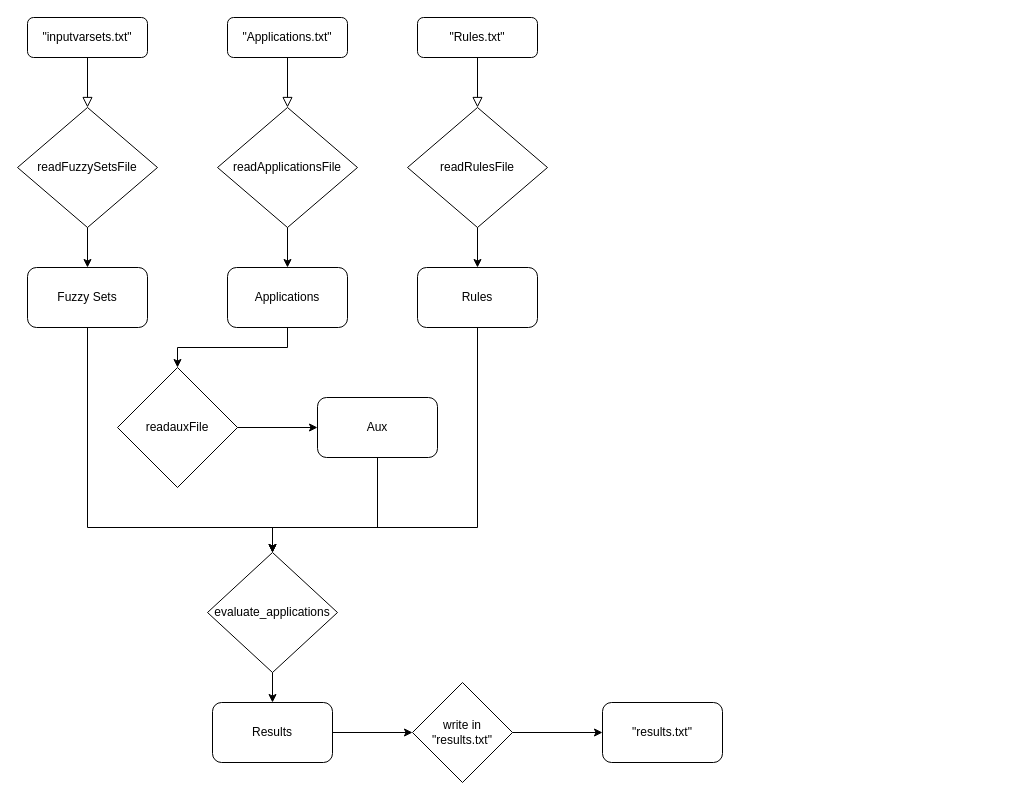
Above: sistema_E_S.drawio in 100495807/trabajo-IA-3.9 (draw.io), before the change. Source tidied: cells renumbered, new cells numbered last; positions are measured from the earlier drawing's top-left corner, leaving out a move shared by most shapes. Both pictures are drawn from the tidied source at 100%, with x=0, y=0 at pixel (17, 17).
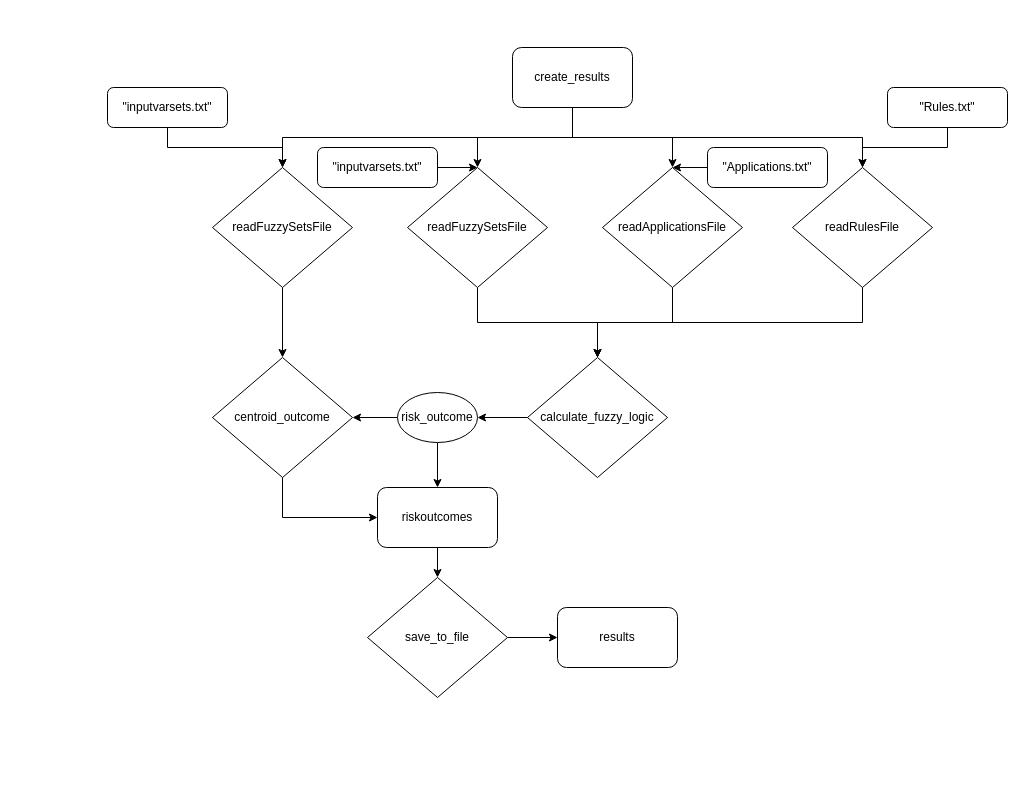
Above is the later version.

What changed in the source:
```diff
@@
-    <mxCell id="2" style="rounded=0;html=1;jettySize=auto;fontSize=11;endArrow=block;endFill=0;endSize=8;strokeWidth=1;shadow=0;labelBackgroundColor=none;edgeStyle=orthogonalEdgeStyle;entryX=0.5;entryY=0;entryDx=0;entryDy=0;" parent="1" edge="1" source="3" target="4">
-      <mxGeometry relative="1" as="geometry" />
-    </mxCell>
-    <mxCell id="3" value="&quot;inputvarsets.txt&lt;span style=&quot;background-color: initial;&quot;&gt;&quot;&lt;/span&gt;" style="rounded=1;whiteSpace=wrap;html=1;fontSize=12;glass=0;strokeWidth=1;shadow=0;" parent="1" vertex="1">
-      <mxGeometry x="10" width="120" height="40" as="geometry" />
-    </mxCell>
-    <mxCell id="4" value="readFuzzySetsFile" style="rhombus;whiteSpace=wrap;html=1;" parent="1" vertex="1">
-      <mxGeometry y="90" width="140" height="120" as="geometry" />
-    </mxCell>
-    <mxCell id="5" value="Fuzzy Sets" style="rounded=1;whiteSpace=wrap;html=1;" parent="1" vertex="1">
-      <mxGeometry x="10" y="250" width="120" height="60" as="geometry" />
-    </mxCell>
-    <mxCell id="6" style="endArrow=classic;html=1;rounded=0;exitX=0.5;exitY=1;exitDx=0;exitDy=0;entryX=0.5;entryY=0;entryDx=0;entryDy=0;" parent="1" edge="1" source="4" target="5">
-      <mxGeometry relative="1" as="geometry" />
-    </mxCell>
-    <mxCell id="7" style="rounded=0;html=1;jettySize=auto;fontSize=11;endArrow=block;endFill=0;endSize=8;strokeWidth=1;shadow=0;labelBackgroundColor=none;edgeStyle=orthogonalEdgeStyle;entryX=0.5;entryY=0;entryDx=0;entryDy=0;" parent="1" edge="1" source="8" target="9">
-      <mxGeometry relative="1" as="geometry" />
-    </mxCell>
+    <mxCell id="31" style="edgeStyle=orthogonalEdgeStyle;rounded=0;jettySize=auto;html=1;" parent="1" edge="1" source="32" target="9">
+      <mxGeometry relative="1" as="geometry" />
+    </mxCell>
+    <mxCell id="32" value="create_results" style="rounded=1;whiteSpace=wrap;html=1;" parent="1" vertex="1">
+      <mxGeometry x="495" y="30" width="120" height="60" as="geometry" />
+    </mxCell>
+    <mxCell id="33" style="edgeStyle=orthogonalEdgeStyle;rounded=0;jettySize=auto;html=1;" parent="1" edge="1" source="34" target="47">
+      <mxGeometry relative="1" as="geometry" />
+    </mxCell>
+    <mxCell id="34" value="readFuzzySetsFile" style="rhombus;whiteSpace=wrap;html=1;" parent="1" vertex="1">
+      <mxGeometry x="390" y="150" width="140" height="120" as="geometry" />
+    </mxCell>
+    <mxCell id="35" style="edgeStyle=orthogonalEdgeStyle;rounded=0;jettySize=auto;html=1;" parent="1" edge="1" source="9" target="47">
+      <mxGeometry relative="1" as="geometry" />
+    </mxCell>
+    <mxCell id="9" value="readApplicationsFile" style="rhombus;whiteSpace=wrap;html=1;" parent="1" vertex="1">
+      <mxGeometry x="585" y="150" width="140" height="120" as="geometry" />
+    </mxCell>
+    <mxCell id="36" style="edgeStyle=orthogonalEdgeStyle;rounded=0;jettySize=auto;html=1;entryX=0.5;entryY=0;entryDx=0;entryDy=0;exitX=0.5;exitY=1;exitDx=0;exitDy=0;" parent="1" edge="1" source="14" target="47">
+      <mxGeometry relative="1" as="geometry" />
+    </mxCell>
+    <mxCell id="14" value="readRulesFile" style="rhombus;whiteSpace=wrap;html=1;" parent="1" vertex="1">
+      <mxGeometry x="775" y="150" width="140" height="120" as="geometry" />
+    </mxCell>
+    <mxCell id="37" style="edgeStyle=orthogonalEdgeStyle;rounded=0;jettySize=auto;html=1;" parent="1" edge="1" source="38" target="51">
+      <mxGeometry relative="1" as="geometry" />
+    </mxCell>
+    <mxCell id="38" value="readFuzzySetsFile" style="rhombus;whiteSpace=wrap;html=1;" parent="1" vertex="1">
+      <mxGeometry x="195" y="150" width="140" height="120" as="geometry" />
+    </mxCell>
+    <mxCell id="39" value="&quot;inputvarsets.txt&lt;span style=&quot;background-color: initial;&quot;&gt;&quot;&lt;/span&gt;" style="rounded=1;whiteSpace=wrap;html=1;fontSize=12;glass=0;strokeWidth=1;shadow=0;" parent="1" vertex="1">
+      <mxGeometry x="300" y="130" width="120" height="40" as="geometry" />
+    </mxCell>
     <mxCell id="8" value="&quot;Applications.txt&lt;span style=&quot;background-color: initial;&quot;&gt;&quot;&lt;/span&gt;" style="rounded=1;whiteSpace=wrap;html=1;fontSize=12;glass=0;strokeWidth=1;shadow=0;" parent="1" vertex="1">
-      <mxGeometry x="210" width="120" height="40" as="geometry" />
+      <mxGeometry x="690" y="130" width="120" height="40" as="geometry" />
     </mxCell>
-    <mxCell id="9" value="readApplicationsFile" style="rhombus;whiteSpace=wrap;html=1;" parent="1" vertex="1">
-      <mxGeometry x="200" y="90" width="140" height="120" as="geometry" />
-    </mxCell>
-    <mxCell id="10" value="Applications" style="rounded=1;whiteSpace=wrap;html=1;" parent="1" vertex="1">
-      <mxGeometry x="210" y="250" width="120" height="60" as="geometry" />
-    </mxCell>
-    <mxCell id="11" style="endArrow=classic;html=1;rounded=0;exitX=0.5;exitY=1;exitDx=0;exitDy=0;entryX=0.5;entryY=0;entryDx=0;entryDy=0;" parent="1" edge="1" source="9" target="10">
-      <mxGeometry relative="1" as="geometry" />
-    </mxCell>
-    <mxCell id="12" style="rounded=0;html=1;jettySize=auto;fontSize=11;endArrow=block;endFill=0;endSize=8;strokeWidth=1;shadow=0;labelBackgroundColor=none;edgeStyle=orthogonalEdgeStyle;entryX=0.5;entryY=0;entryDx=0;entryDy=0;" parent="1" edge="1" source="13" target="14">
+    <mxCell id="12" style="edgeStyle=orthogonalEdgeStyle;rounded=0;jettySize=auto;html=1;" parent="1" edge="1" source="13" target="14">
       <mxGeometry relative="1" as="geometry" />
     </mxCell>
     <mxCell id="13" value="&quot;Rules.txt&lt;span style=&quot;background-color: initial;&quot;&gt;&quot;&lt;/span&gt;" style="rounded=1;whiteSpace=wrap;html=1;fontSize=12;glass=0;strokeWidth=1;shadow=0;" parent="1" vertex="1">
-      <mxGeometry x="400" width="120" height="40" as="geometry" />
+      <mxGeometry x="870" y="70" width="120" height="40" as="geometry" />
     </mxCell>
-    <mxCell id="14" value="readRulesFile" style="rhombus;whiteSpace=wrap;html=1;" parent="1" vertex="1">
-      <mxGeometry x="390" y="90" width="140" height="120" as="geometry" />
-    </mxCell>
-    <mxCell id="15" value="Rules" style="rounded=1;whiteSpace=wrap;html=1;" parent="1" vertex="1">
-      <mxGeometry x="400" y="250" width="120" height="60" as="geometry" />
-    </mxCell>
-    <mxCell id="16" style="endArrow=classic;html=1;rounded=0;exitX=0.5;exitY=1;exitDx=0;exitDy=0;entryX=0.5;entryY=0;entryDx=0;entryDy=0;" parent="1" edge="1" source="14" target="15">
-      <mxGeometry relative="1" as="geometry" />
-    </mxCell>
-    <mxCell id="17" value="readauxFile" style="rhombus;whiteSpace=wrap;html=1;" parent="1" vertex="1">
-      <mxGeometry x="100" y="350" width="120" height="120" as="geometry" />
-    </mxCell>
-    <mxCell id="18" value="&lt;div&gt;&lt;span style=&quot;background-color: initial;&quot;&gt;Aux&lt;/span&gt;&lt;br&gt;&lt;/div&gt;" style="rounded=1;whiteSpace=wrap;html=1;" parent="1" vertex="1">
-      <mxGeometry x="300" y="380" width="120" height="60" as="geometry" />
-    </mxCell>
-    <mxCell id="19" style="endArrow=classic;html=1;rounded=0;exitX=1;exitY=0.5;exitDx=0;exitDy=0;entryX=0;entryY=0.5;entryDx=0;entryDy=0;" parent="1" edge="1" source="17" target="18">
-      <mxGeometry relative="1" as="geometry" />
-    </mxCell>
-    <mxCell id="20" style="endArrow=classic;html=1;rounded=0;exitX=0.5;exitY=1;exitDx=0;exitDy=0;entryX=0.5;entryY=0;entryDx=0;entryDy=0;" parent="1" edge="1" source="10" target="17">
-      <mxGeometry relative="1" as="geometry">
-        <Array as="points">
-          <mxPoint x="270" y="330" />
-          <mxPoint x="160" y="330" />
-        </Array>
-      </mxGeometry>
-    </mxCell>
-    <mxCell id="21" value="evaluate_applications" style="rhombus;whiteSpace=wrap;html=1;" parent="1" vertex="1">
-      <mxGeometry x="190" y="535" width="130" height="120" as="geometry" />
-    </mxCell>
-    <mxCell id="22" style="endArrow=classic;html=1;rounded=0;exitX=0.5;exitY=1;exitDx=0;exitDy=0;entryX=0.5;entryY=0;entryDx=0;entryDy=0;" parent="1" edge="1" source="18" target="21">
-      <mxGeometry relative="1" as="geometry">
-        <Array as="points">
-          <mxPoint x="360" y="510" />
-          <mxPoint x="255" y="510" />
-        </Array>
-      </mxGeometry>
-    </mxCell>
-    <mxCell id="23" style="endArrow=classic;html=1;rounded=0;exitX=0.5;exitY=1;exitDx=0;exitDy=0;entryX=0.5;entryY=0;entryDx=0;entryDy=0;" parent="1" edge="1" source="15" target="21">
-      <mxGeometry relative="1" as="geometry">
-        <Array as="points">
-          <mxPoint x="460" y="510" />
-          <mxPoint x="255" y="510" />
-        </Array>
-      </mxGeometry>
-    </mxCell>
-    <mxCell id="24" style="endArrow=classic;html=1;rounded=0;exitX=0.5;exitY=1;exitDx=0;exitDy=0;entryX=0.5;entryY=0;entryDx=0;entryDy=0;" parent="1" edge="1" source="5" target="21">
-      <mxGeometry relative="1" as="geometry">
-        <Array as="points">
-          <mxPoint x="70" y="510" />
-          <mxPoint x="255" y="510" />
-        </Array>
-      </mxGeometry>
-    </mxCell>
-    <mxCell id="25" value="Results" style="rounded=1;whiteSpace=wrap;html=1;" parent="1" vertex="1">
-      <mxGeometry x="195" y="685" width="120" height="60" as="geometry" />
-    </mxCell>
-    <mxCell id="26" style="endArrow=classic;html=1;rounded=0;exitX=0.5;exitY=1;exitDx=0;exitDy=0;entryX=0.5;entryY=0;entryDx=0;entryDy=0;" parent="1" edge="1" source="21" target="25">
-      <mxGeometry relative="1" as="geometry" />
-    </mxCell>
-    <mxCell id="27" value="write in &quot;results.txt&quot;" style="rhombus;whiteSpace=wrap;html=1;" parent="1" vertex="1">
-      <mxGeometry x="395" y="665" width="100" height="100" as="geometry" />
-    </mxCell>
-    <mxCell id="28" value="&quot;results.txt&quot;" style="rounded=1;whiteSpace=wrap;html=1;" parent="1" vertex="1">
-      <mxGeometry x="585" y="685" width="120" height="60" as="geometry" />
-    </mxCell>
-    <mxCell id="29" style="endArrow=classic;html=1;rounded=0;exitX=1;exitY=0.5;exitDx=0;exitDy=0;entryX=0;entryY=0.5;entryDx=0;entryDy=0;" parent="1" edge="1" source="25" target="27">
-      <mxGeometry relative="1" as="geometry" />
-    </mxCell>
-    <mxCell id="30" style="endArrow=classic;html=1;rounded=0;exitX=1;exitY=0.5;exitDx=0;exitDy=0;entryX=0;entryY=0.5;entryDx=0;entryDy=0;" parent="1" edge="1" source="27" target="28">
-      <mxGeometry relative="1" as="geometry" />
-    </mxCell>
+    <mxCell id="40" style="edgeStyle=orthogonalEdgeStyle;rounded=0;jettySize=auto;html=1;" parent="1" edge="1" source="41" target="38">
+      <mxGeometry relative="1" as="geometry" />
+    </mxCell>
+    <mxCell id="41" value="&quot;inputvarsets.txt&lt;span style=&quot;background-color: initial;&quot;&gt;&quot;&lt;/span&gt;" style="rounded=1;whiteSpace=wrap;html=1;fontSize=12;glass=0;strokeWidth=1;shadow=0;" parent="1" vertex="1">
+      <mxGeometry x="90" y="70" width="120" height="40" as="geometry" />
+    </mxCell>
+    <mxCell id="42" style="endArrow=classic;html=1;rounded=0;exitX=0.5;exitY=1;exitDx=0;exitDy=0;entryX=0.5;entryY=0;entryDx=0;entryDy=0;" parent="1" edge="1" source="32" target="34">
+      <mxGeometry relative="1" as="geometry">
+        <Array as="points">
+          <mxPoint x="555" y="120" />
+          <mxPoint x="460" y="120" />
+        </Array>
+      </mxGeometry>
+    </mxCell>
+    <mxCell id="43" style="endArrow=classic;html=1;rounded=0;exitX=0.5;exitY=1;exitDx=0;exitDy=0;entryX=0.5;entryY=0;entryDx=0;entryDy=0;" parent="1" edge="1" source="32" target="38">
+      <mxGeometry relative="1" as="geometry">
+        <Array as="points">
+          <mxPoint x="555" y="120" />
+          <mxPoint x="265" y="120" />
+        </Array>
+      </mxGeometry>
+    </mxCell>
+    <mxCell id="44" style="endArrow=classic;html=1;rounded=0;exitX=0.5;exitY=1;exitDx=0;exitDy=0;entryX=0.5;entryY=0;entryDx=0;entryDy=0;" parent="1" edge="1" source="32" target="14">
+      <mxGeometry relative="1" as="geometry">
+        <Array as="points">
+          <mxPoint x="555" y="120" />
+          <mxPoint x="845" y="120" />
+        </Array>
+      </mxGeometry>
+    </mxCell>
+    <mxCell id="45" style="endArrow=classic;html=1;rounded=0;exitX=1;exitY=0.5;exitDx=0;exitDy=0;entryX=0.5;entryY=0;entryDx=0;entryDy=0;" parent="1" edge="1" source="39" target="34">
+      <mxGeometry relative="1" as="geometry" />
+    </mxCell>
+    <mxCell id="7" style="endArrow=classic;html=1;rounded=0;exitX=0;exitY=0.5;exitDx=0;exitDy=0;entryX=0.5;entryY=0;entryDx=0;entryDy=0;" parent="1" edge="1" source="8" target="9">
+      <mxGeometry relative="1" as="geometry" />
+    </mxCell>
+    <mxCell id="46" style="edgeStyle=orthogonalEdgeStyle;rounded=0;jettySize=auto;html=1;" parent="1" edge="1" source="47" target="50">
+      <mxGeometry relative="1" as="geometry" />
+    </mxCell>
+    <mxCell id="47" value="calculate_fuzzy_&lt;span style=&quot;background-color: initial;&quot;&gt;logic&lt;/span&gt;" style="rhombus;whiteSpace=wrap;html=1;" parent="1" vertex="1">
+      <mxGeometry x="510" y="340" width="140" height="120" as="geometry" />
+    </mxCell>
+    <mxCell id="48" style="edgeStyle=orthogonalEdgeStyle;rounded=0;jettySize=auto;html=1;" parent="1" edge="1" source="50" target="51">
+      <mxGeometry relative="1" as="geometry" />
+    </mxCell>
+    <mxCell id="49" style="edgeStyle=orthogonalEdgeStyle;rounded=0;jettySize=auto;html=1;" parent="1" edge="1" source="50" target="52">
+      <mxGeometry relative="1" as="geometry" />
+    </mxCell>
+    <mxCell id="50" value="risk_outcome" style="ellipse;whiteSpace=wrap;html=1;" parent="1" vertex="1">
+      <mxGeometry x="380" y="375" width="80" height="50" as="geometry" />
+    </mxCell>
+    <mxCell id="51" value="centroid_outcome" style="rhombus;whiteSpace=wrap;html=1;" parent="1" vertex="1">
+      <mxGeometry x="195" y="340" width="140" height="120" as="geometry" />
+    </mxCell>
+    <mxCell id="52" value="riskoutcomes" style="rounded=1;whiteSpace=wrap;html=1;" parent="1" vertex="1">
+      <mxGeometry x="360" y="470" width="120" height="60" as="geometry" />
+    </mxCell>
+    <mxCell id="53" style="endArrow=classic;html=1;rounded=0;exitX=0.5;exitY=1;exitDx=0;exitDy=0;entryX=0;entryY=0.5;entryDx=0;entryDy=0;" parent="1" edge="1" source="51" target="52">
+      <mxGeometry relative="1" as="geometry">
+        <Array as="points">
+          <mxPoint x="265" y="500" />
+        </Array>
+      </mxGeometry>
+    </mxCell>
+    <mxCell id="54" style="endArrow=classic;html=1;rounded=0;exitX=0.5;exitY=1;exitDx=0;exitDy=0;entryX=0.5;entryY=0;entryDx=0;entryDy=0;" parent="1" edge="1" source="52" target="56">
+      <mxGeometry relative="1" as="geometry" />
+    </mxCell>
+    <mxCell id="55" style="edgeStyle=orthogonalEdgeStyle;rounded=0;jettySize=auto;html=1;" parent="1" edge="1" source="56" target="57">
+      <mxGeometry relative="1" as="geometry" />
+    </mxCell>
+    <mxCell id="56" value="save_to_file" style="rhombus;whiteSpace=wrap;html=1;" parent="1" vertex="1">
+      <mxGeometry x="350" y="560" width="140" height="120" as="geometry" />
+    </mxCell>
+    <mxCell id="57" value="results" style="rounded=1;whiteSpace=wrap;html=1;" parent="1" vertex="1">
+      <mxGeometry x="540" y="590" width="120" height="60" as="geometry" />
+    </mxCell>
```
